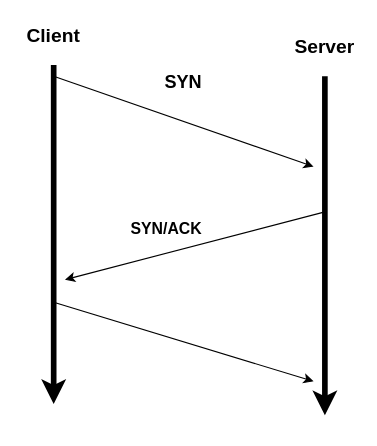
Above: TCP-Three-Way-Handshake.drawio in chloe-valentine/network-diagrams (draw.io), before the change. Source tidied: cells renumbered, new cells numbered last; positions are measured from the earlier drawing's top-left corner, leaving out a move shared by most shapes. Both pictures are drawn from the tidied source at 113%, with x=0, y=0 at pixel (19, 19).
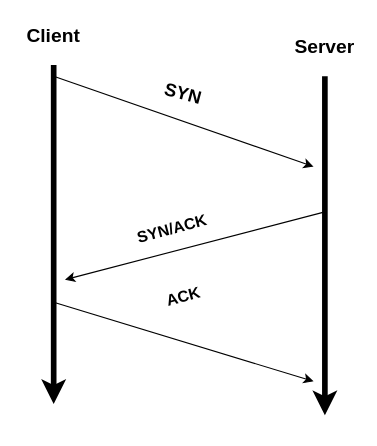
After the change.

Change to the diagram source:
```diff
@@
 <mxGraphModel>
   <root>
     <mxCell id="0" />
     <mxCell id="1" parent="0" />
     <mxCell id="2" style="endArrow=classic;html=1;rounded=0;strokeWidth=5;" parent="1" edge="1">
       <mxGeometry relative="1" as="geometry">
         <mxPoint x="30" y="40" as="sourcePoint" />
         <mxPoint x="30" y="340" as="targetPoint" />
       </mxGeometry>
     </mxCell>
     <mxCell id="3" style="endArrow=classic;html=1;rounded=0;strokeWidth=5;" parent="1" edge="1">
       <mxGeometry relative="1" as="geometry">
         <mxPoint x="270" y="50" as="sourcePoint" />
         <mxPoint x="270" y="350" as="targetPoint" />
       </mxGeometry>
     </mxCell>
     <mxCell id="4" style="endArrow=classic;html=1;rounded=0;" parent="1" edge="1">
       <mxGeometry relative="1" as="geometry">
         <mxPoint x="30" y="50" as="sourcePoint" />
         <mxPoint x="260" y="130" as="targetPoint" />
       </mxGeometry>
     </mxCell>
     <mxCell id="5" style="endArrow=classic;html=1;rounded=0;" parent="1" edge="1">
       <mxGeometry relative="1" as="geometry">
         <mxPoint x="30" y="250" as="sourcePoint" />
         <mxPoint x="260" y="320" as="targetPoint" />
       </mxGeometry>
     </mxCell>
     <mxCell id="6" style="endArrow=classic;html=1;rounded=0;" parent="1" edge="1">
       <mxGeometry relative="1" as="geometry">
         <mxPoint x="270" y="170" as="sourcePoint" />
         <mxPoint x="40" y="230" as="targetPoint" />
       </mxGeometry>
     </mxCell>
     <mxCell id="7" value="&lt;font style=&quot;font-size: 17px;&quot;&gt;&lt;b&gt;Client&lt;/b&gt;&lt;/font&gt;" style="text;html=1;align=center;verticalAlign=middle;whiteSpace=wrap;rounded=0;" parent="1" vertex="1">
       <mxGeometry width="60" height="30" as="geometry" />
     </mxCell>
     <mxCell id="8" value="&lt;font style=&quot;font-size: 17px;&quot;&gt;&lt;b&gt;Server&lt;/b&gt;&lt;/font&gt;" style="text;html=1;align=center;verticalAlign=middle;whiteSpace=wrap;rounded=0;" parent="1" vertex="1">
       <mxGeometry x="240" y="10" width="60" height="30" as="geometry" />
     </mxCell>
-    <mxCell id="9" value="&lt;font style=&quot;font-size: 16px;&quot;&gt;&lt;b&gt;SYN&lt;/b&gt;&lt;/font&gt;" style="text;html=1;align=center;verticalAlign=middle;whiteSpace=wrap;rounded=0;" parent="1" vertex="1">
-      <mxGeometry x="115" y="40" width="60" height="30" as="geometry" />
+    <mxCell id="9" value="&lt;font style=&quot;font-size: 16px;&quot;&gt;&lt;b&gt;SYN&lt;/b&gt;&lt;/font&gt;" style="text;html=1;align=center;verticalAlign=middle;whiteSpace=wrap;rounded=0;rotation=15;" parent="1" vertex="1">
+      <mxGeometry x="115" y="50" width="60" height="30" as="geometry" />
     </mxCell>
-    <mxCell id="10" value="&lt;font style=&quot;font-size: 14px;&quot;&gt;&lt;b&gt;SYN/ACK&lt;/b&gt;&lt;/font&gt;" style="text;html=1;align=center;verticalAlign=middle;whiteSpace=wrap;rounded=0;" parent="1" vertex="1">
-      <mxGeometry x="100" y="170" width="60" height="30" as="geometry" />
+    <mxCell id="10" value="&lt;font style=&quot;font-size: 14px;&quot;&gt;&lt;b&gt;SYN/ACK&lt;/b&gt;&lt;/font&gt;" style="text;html=1;align=center;verticalAlign=middle;whiteSpace=wrap;rounded=0;rotation=-15;" parent="1" vertex="1">
+      <mxGeometry x="100" y="170" width="70" height="30" as="geometry" />
     </mxCell>
+    <mxCell id="11" value="&lt;font style=&quot;font-size: 14px;&quot;&gt;&lt;b&gt;ACK&lt;/b&gt;&lt;/font&gt;" style="text;html=1;align=center;verticalAlign=middle;whiteSpace=wrap;rounded=0;rotation=-15;" parent="1" vertex="1">
+      <mxGeometry x="110" y="230" width="70" height="30" as="geometry" />
+    </mxCell>
   </root>
 </mxGraphModel>
```
